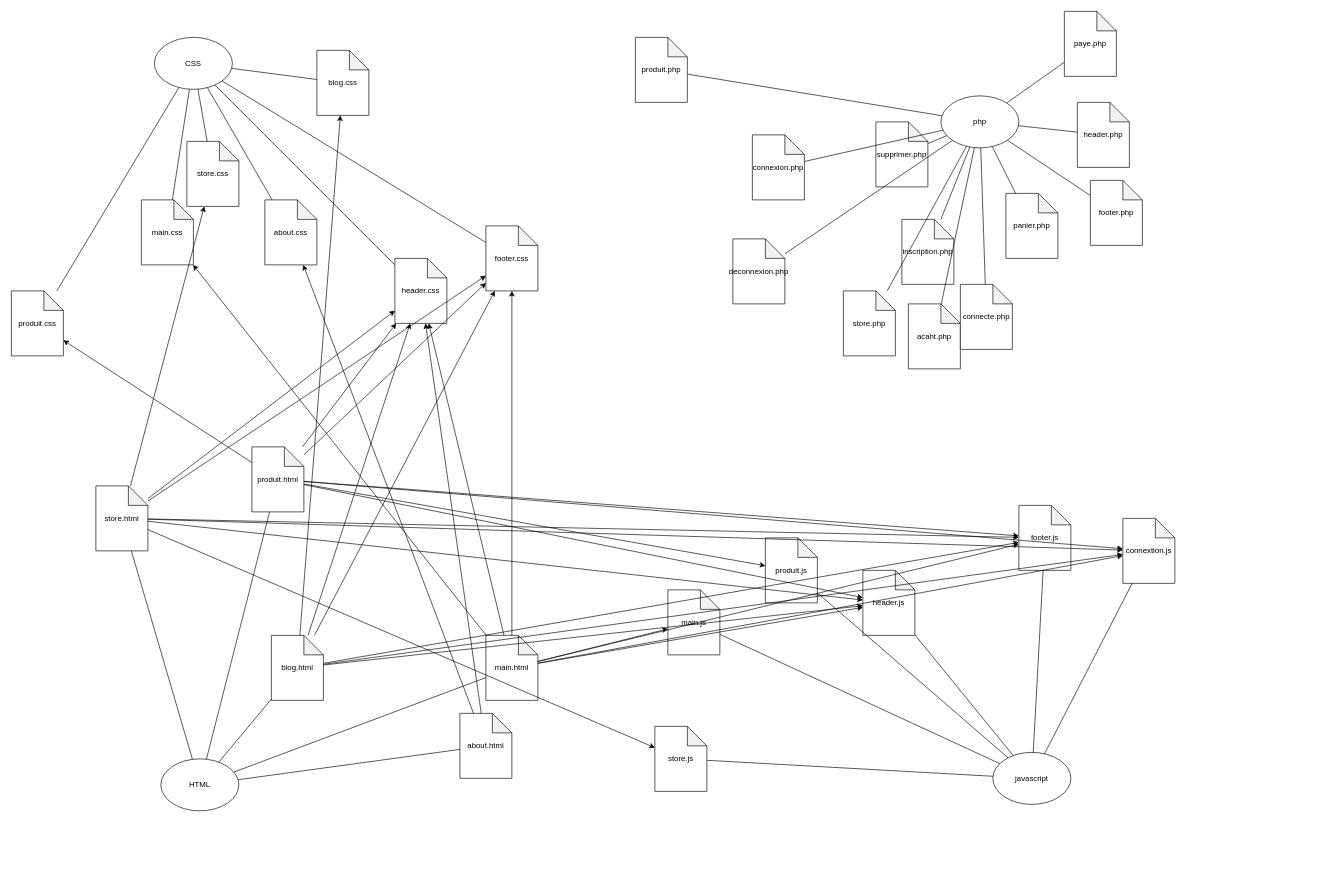
The draw.io diagram Untitled Diagram.drawio in maelisdpts/maelisdpts.github.io, before the edit. Source tidied: cells renumbered, new cells numbered last; positions are measured from the earlier drawing's top-left corner, leaving out a move shared by most shapes. Both pictures are drawn from the tidied source at 65%, with x=0, y=0 at pixel (11, 11).
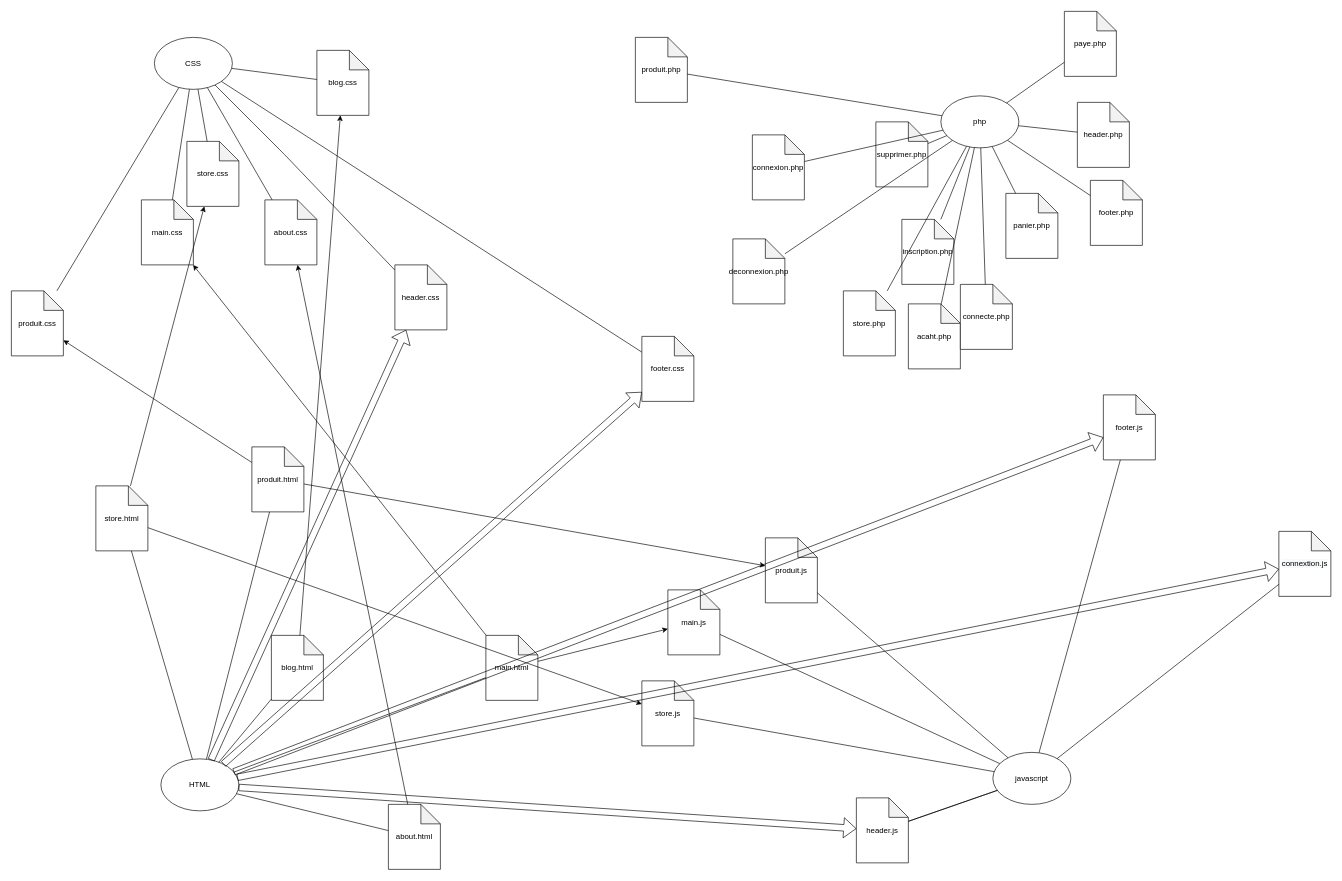
Above is the later version.

Commit message:
finir relations js php ( et php HTML je crois il y en a)

Unchanged cells that the change refers to:
```xml
<mxCell id="2" value="HTML" style="ellipse;whiteSpace=wrap;html=1;" parent="1" vertex="1">
  <mxGeometry x="230" y="1150" width="120" height="80" as="geometry" />
</mxCell>
<mxCell id="3" value="main.html" style="shape=note;whiteSpace=wrap;html=1;backgroundOutline=1;darkOpacity=0.05;" parent="1" vertex="1">
  <mxGeometry x="730" y="960" width="80" height="100" as="geometry" />
</mxCell>
<mxCell id="4" value="store.html" style="shape=note;whiteSpace=wrap;html=1;backgroundOutline=1;darkOpacity=0.05;" parent="1" vertex="1">
  <mxGeometry x="130" y="730" width="80" height="100" as="geometry" />
</mxCell>
<mxCell id="5" value="produit.html" style="shape=note;whiteSpace=wrap;html=1;backgroundOutline=1;darkOpacity=0.05;" parent="1" vertex="1">
  <mxGeometry x="370" y="670" width="80" height="100" as="geometry" />
</mxCell>
<mxCell id="6" value="blog.html" style="shape=note;whiteSpace=wrap;html=1;backgroundOutline=1;darkOpacity=0.05;" parent="1" vertex="1">
  <mxGeometry x="400" y="960" width="80" height="100" as="geometry" />
</mxCell>
<mxCell id="16" value="javascript" style="ellipse;whiteSpace=wrap;html=1;" parent="1" vertex="1">
  <mxGeometry x="1510" y="1140" width="120" height="80" as="geometry" />
</mxCell>
```

Change to the diagram source:
```diff
@@
     <mxCell id="7" value="about.html" style="shape=note;whiteSpace=wrap;html=1;backgroundOutline=1;darkOpacity=0.05;" parent="1" vertex="1">
-      <mxGeometry x="690" y="1080" width="80" height="100" as="geometry" />
+      <mxGeometry x="580" y="1220" width="80" height="100" as="geometry" />
     </mxCell>
@@
-    <mxCell id="12" value="header.css" style="shape=note;whiteSpace=wrap;html=1;backgroundOutline=1;darkOpacity=0.05;" parent="1" vertex="1">
-      <mxGeometry x="590" y="380" width="80" height="100" as="geometry" />
-    </mxCell>
     <mxCell id="13" value="footer.css" style="shape=note;whiteSpace=wrap;html=1;backgroundOutline=1;darkOpacity=0.05;" parent="1" vertex="1">
-      <mxGeometry x="730" y="330" width="80" height="100" as="geometry" />
+      <mxGeometry x="970" y="500" width="80" height="100" as="geometry" />
     </mxCell>
@@
     <mxCell id="18" value="store.js" style="shape=note;whiteSpace=wrap;html=1;backgroundOutline=1;darkOpacity=0.05;" parent="1" vertex="1">
-      <mxGeometry x="990" y="1100" width="80" height="100" as="geometry" />
+      <mxGeometry x="970" y="1030" width="80" height="100" as="geometry" />
     </mxCell>
@@
-    <mxCell id="20" value="header.js" style="shape=note;whiteSpace=wrap;html=1;backgroundOutline=1;darkOpacity=0.05;" parent="1" vertex="1">
-      <mxGeometry x="1310" y="860" width="80" height="100" as="geometry" />
-    </mxCell>
     <mxCell id="21" value="footer.js" style="shape=note;whiteSpace=wrap;html=1;backgroundOutline=1;darkOpacity=0.05;" parent="1" vertex="1">
-      <mxGeometry x="1550" y="760" width="80" height="100" as="geometry" />
+      <mxGeometry x="1680" y="590" width="80" height="100" as="geometry" />
     </mxCell>
     <mxCell id="22" value="&#10;&#10;&lt;span style=&quot;color: rgb(0, 0, 0); font-family: helvetica; font-size: 12px; font-style: normal; font-weight: 400; letter-spacing: normal; text-align: center; text-indent: 0px; text-transform: none; word-spacing: 0px; background-color: rgb(248, 249, 250); display: inline; float: none;&quot;&gt;connextion.js&lt;/span&gt;&#10;&#10;" style="shape=note;whiteSpace=wrap;html=1;backgroundOutline=1;darkOpacity=0.05;" parent="1" vertex="1">
-      <mxGeometry x="1710" y="780" width="80" height="100" as="geometry" />
+      <mxGeometry x="1950" y="800" width="80" height="100" as="geometry" />
     </mxCell>
@@
-    <mxCell id="48" style="endArrow=none;html=1;" parent="1" edge="1" source="16" target="18">
-      <mxGeometry relative="1" as="geometry" />
-    </mxCell>
@@
-    <mxCell id="67" style="endArrow=classic;html=1;" parent="1" edge="1" source="3" target="12">
-      <mxGeometry relative="1" as="geometry" />
-    </mxCell>
-    <mxCell id="68" style="endArrow=classic;html=1;" parent="1" edge="1" source="3" target="13">
-      <mxGeometry relative="1" as="geometry" />
-    </mxCell>
@@
-    <mxCell id="70" style="endArrow=classic;html=1;" parent="1" edge="1" source="3" target="20">
-      <mxGeometry relative="1" as="geometry" />
-    </mxCell>
-    <mxCell id="71" style="endArrow=classic;html=1;" parent="1" edge="1" source="3" target="21">
-      <mxGeometry relative="1" as="geometry" />
-    </mxCell>
-    <mxCell id="72" style="endArrow=classic;html=1;" parent="1" edge="1" source="3" target="22">
-      <mxGeometry relative="1" as="geometry" />
-    </mxCell>
-    <mxCell id="73" style="endArrow=classic;html=1;" parent="1" edge="1" source="5" target="12">
-      <mxGeometry relative="1" as="geometry" />
-    </mxCell>
-    <mxCell id="74" style="endArrow=classic;html=1;" parent="1" edge="1" source="5" target="13">
-      <mxGeometry relative="1" as="geometry" />
-    </mxCell>
@@
-    <mxCell id="77" style="endArrow=classic;html=1;" parent="1" edge="1" source="5" target="20">
-      <mxGeometry relative="1" as="geometry" />
-    </mxCell>
-    <mxCell id="78" style="endArrow=classic;html=1;" parent="1" edge="1" source="5" target="21">
-      <mxGeometry relative="1" as="geometry" />
-    </mxCell>
-    <mxCell id="79" style="endArrow=classic;html=1;" parent="1" edge="1" source="5" target="22">
-      <mxGeometry relative="1" as="geometry" />
-    </mxCell>
@@
-    <mxCell id="81" style="endArrow=classic;html=1;" parent="1" edge="1" source="4" target="12">
-      <mxGeometry relative="1" as="geometry" />
-    </mxCell>
-    <mxCell id="82" style="endArrow=classic;html=1;" parent="1" edge="1" source="4" target="13">
-      <mxGeometry relative="1" as="geometry" />
-    </mxCell>
@@
-    <mxCell id="84" style="endArrow=classic;html=1;" parent="1" edge="1" source="4" target="20">
-      <mxGeometry relative="1" as="geometry" />
-    </mxCell>
-    <mxCell id="85" style="endArrow=classic;html=1;" parent="1" edge="1" source="4" target="21">
-      <mxGeometry relative="1" as="geometry" />
-    </mxCell>
-    <mxCell id="86" style="endArrow=classic;html=1;" parent="1" edge="1" source="4" target="22">
-      <mxGeometry relative="1" as="geometry" />
-    </mxCell>
@@
-    <mxCell id="88" style="endArrow=classic;html=1;" parent="1" edge="1" source="6" target="12">
-      <mxGeometry relative="1" as="geometry" />
-    </mxCell>
-    <mxCell id="89" style="endArrow=classic;html=1;" parent="1" edge="1" source="6" target="13">
-      <mxGeometry relative="1" as="geometry" />
-    </mxCell>
-    <mxCell id="90" style="endArrow=classic;html=1;" parent="1" edge="1" source="6" target="21">
-      <mxGeometry relative="1" as="geometry" />
-    </mxCell>
-    <mxCell id="91" style="endArrow=classic;html=1;" parent="1" edge="1" source="6" target="20">
-      <mxGeometry relative="1" as="geometry" />
-    </mxCell>
-    <mxCell id="92" style="endArrow=classic;html=1;" parent="1" edge="1" source="6" target="22">
-      <mxGeometry relative="1" as="geometry" />
-    </mxCell>
@@
-    <mxCell id="94" style="endArrow=classic;html=1;" parent="1" edge="1" source="7" target="12">
-      <mxGeometry relative="1" as="geometry" />
-    </mxCell>
+    <mxCell id="95" style="shape=flexArrow;endArrow=classic;html=1;" parent="1" edge="1" source="2" target="12">
+      <mxGeometry relative="1" as="geometry" />
+    </mxCell>
+    <mxCell id="12" value="header.css" style="shape=note;whiteSpace=wrap;html=1;backgroundOutline=1;darkOpacity=0.05;" parent="1" vertex="1">
+      <mxGeometry x="590" y="390" width="80" height="100" as="geometry" />
+    </mxCell>
+    <mxCell id="96" style="shape=flexArrow;endArrow=classic;html=1;" parent="1" edge="1" source="2" target="13">
+      <mxGeometry relative="1" as="geometry" />
+    </mxCell>
+    <mxCell id="20" value="header.js" style="shape=note;whiteSpace=wrap;html=1;backgroundOutline=1;darkOpacity=0.05;" parent="1" vertex="1">
+      <mxGeometry x="1300" y="1210" width="80" height="100" as="geometry" />
+    </mxCell>
+    <mxCell id="97" style="endArrow=none;html=1;" parent="1" edge="1" source="16" target="20">
+      <mxGeometry relative="1" as="geometry" />
+    </mxCell>
+    <mxCell id="98" style="shape=flexArrow;endArrow=classic;html=1;" parent="1" edge="1" source="2" target="20">
+      <mxGeometry relative="1" as="geometry" />
+    </mxCell>
+    <mxCell id="99" style="endArrow=none;html=1;" parent="1" edge="1" source="18" target="16">
+      <mxGeometry relative="1" as="geometry" />
+    </mxCell>
+    <mxCell id="100" style="shape=flexArrow;endArrow=classic;html=1;" parent="1" edge="1" source="2" target="22">
+      <mxGeometry relative="1" as="geometry" />
+    </mxCell>
+    <mxCell id="101" style="shape=flexArrow;endArrow=classic;html=1;" parent="1" edge="1" source="2" target="21">
+      <mxGeometry relative="1" as="geometry" />
+    </mxCell>
```
